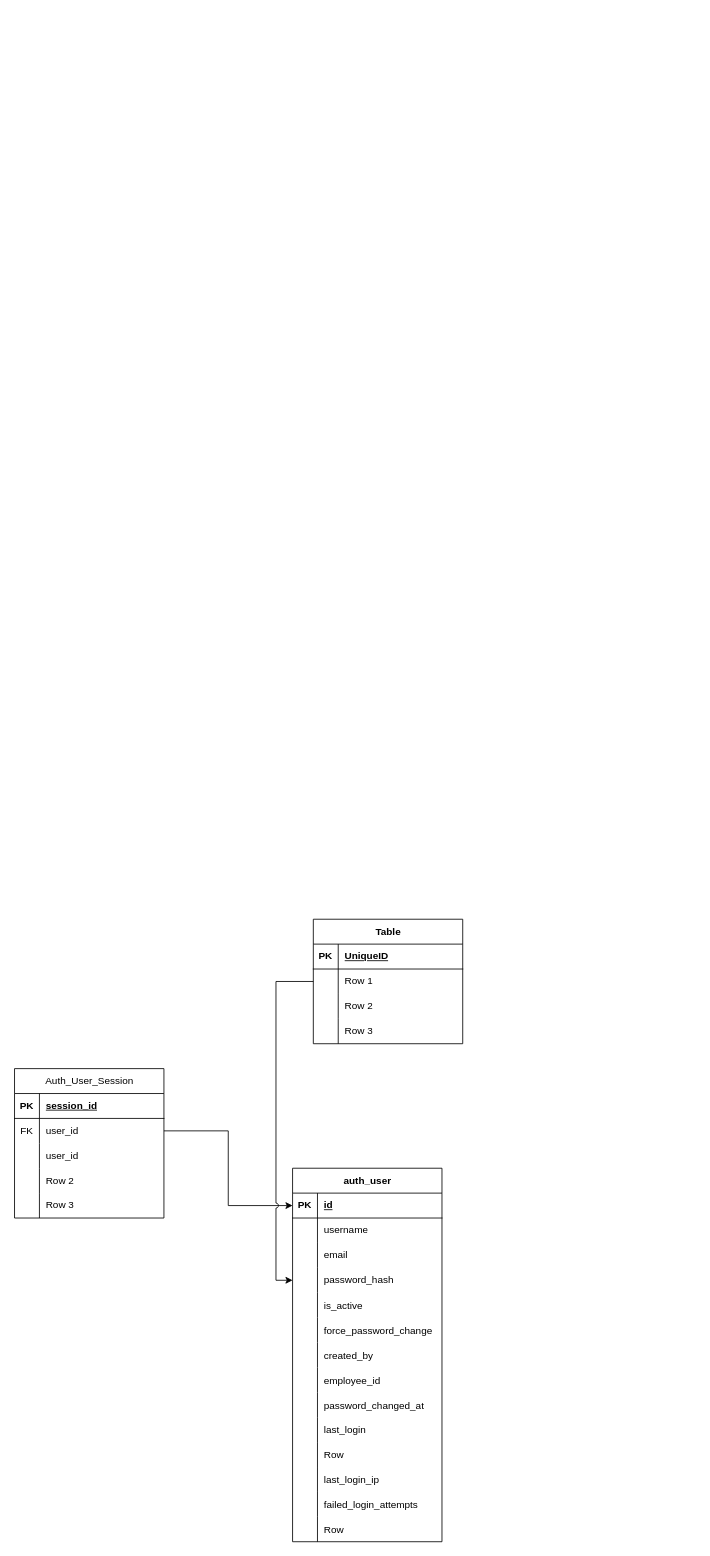
Before: hrms.drawio in Shreya-Kosabe-07/hrms_flows2, a draw.io diagram. Source tidied: cells renumbered, new cells numbered last; positions are measured from the earlier drawing's top-left corner, leaving out a move shared by most shapes. Both pictures are drawn from the tidied source at 83%, with x=0, y=0 at pixel (14, 919).
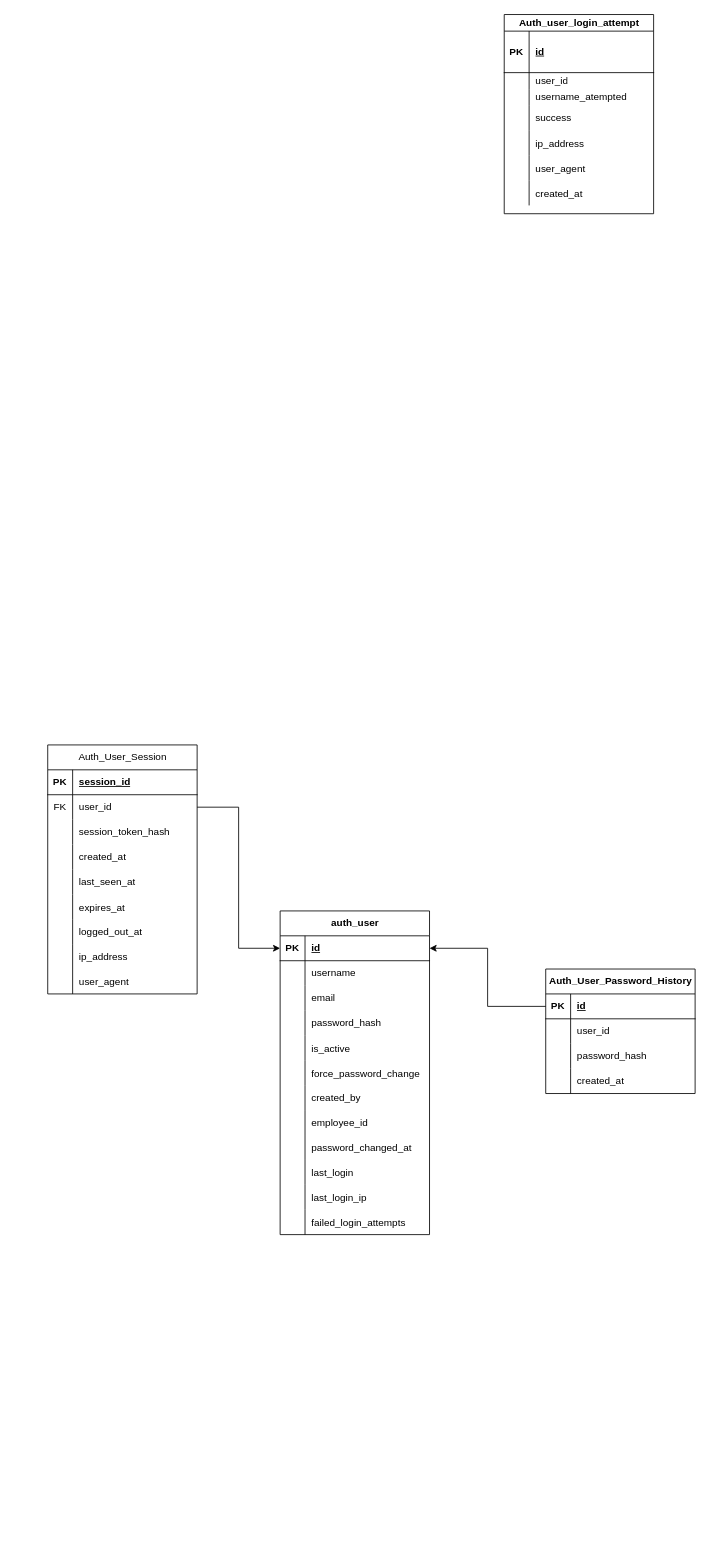
The same diagram, later.

Unchanged cells that the change refers to:
```xml
<mxCell id="3" style="shape=tableRow;horizontal=0;startSize=0;swimlaneHead=0;swimlaneBody=0;fillColor=none;points=[[0,0.5],[1,0.5]];portConstraint=eastwest;top=0;left=0;right=0;bottom=1;" parent="2" vertex="1">
  <mxGeometry y="30" width="180" height="30" as="geometry" />
</mxCell>
<mxCell id="12" style="shape=tableRow;horizontal=0;startSize=0;swimlaneHead=0;swimlaneBody=0;fillColor=none;points=[[0,0.5],[1,0.5]];portConstraint=eastwest;top=0;left=0;right=0;bottom=0;" parent="2" vertex="1">
  <mxGeometry y="120" width="180" height="30" as="geometry" />
</mxCell>
<mxCell id="49" style="shape=tableRow;horizontal=0;startSize=0;swimlaneHead=0;swimlaneBody=0;fillColor=none;points=[[0,0.5],[1,0.5]];portConstraint=eastwest;top=0;left=0;right=0;bottom=0;" parent="45" vertex="1">
  <mxGeometry y="60" width="180" height="30" as="geometry" />
</mxCell>
<mxCell id="52" style="shape=tableRow;horizontal=0;startSize=0;swimlaneHead=0;swimlaneBody=0;fillColor=none;top=0;left=0;right=0;bottom=0;" parent="45" vertex="1">
  <mxGeometry y="90" width="180" height="30" as="geometry" />
</mxCell>
<mxCell id="55" style="shape=tableRow;horizontal=0;startSize=0;swimlaneHead=0;swimlaneBody=0;fillColor=none;top=0;left=0;right=0;bottom=0;" parent="45" vertex="1">
  <mxGeometry y="120" width="180" height="30" as="geometry" />
</mxCell>
<mxCell id="58" style="shape=tableRow;horizontal=0;startSize=0;swimlaneHead=0;swimlaneBody=0;fillColor=none;top=0;left=0;right=0;bottom=0;" parent="45" vertex="1">
  <mxGeometry y="150" width="180" height="30" as="geometry" />
</mxCell>
```

Change to the diagram source:
```diff
@@
     <mxCell id="2" value="auth_user" style="shape=table;startSize=30;childLayout=tableLayout;rowLines=0;fontStyle=1;align=center;html=1;" parent="1" vertex="1">
-      <mxGeometry x="335" y="300" width="180" height="450" as="geometry" />
+      <mxGeometry x="320" y="-10" width="180" height="390" as="geometry" />
     </mxCell>
@@
-    <mxCell id="33" style="shape=tableRow;horizontal=0;startSize=0;swimlaneHead=0;swimlaneBody=0;fillColor=none;top=0;left=0;right=0;bottom=0;" parent="2" vertex="1">
-      <mxGeometry y="330" width="180" height="30" as="geometry" />
-    </mxCell>
-    <mxCell id="34" style="shape=partialRectangle;fillColor=none;top=0;left=0;bottom=0;right=0;overflow=hidden;" parent="33" vertex="1">
-      <mxGeometry width="30" height="30" as="geometry" />
-    </mxCell>
-    <mxCell id="35" value="Row" style="shape=partialRectangle;fillColor=none;top=0;left=0;bottom=0;right=0;align=left;spacingLeft=6;overflow=hidden;" parent="33" vertex="1">
-      <mxGeometry x="30" width="150" height="30" as="geometry" />
-    </mxCell>
     <mxCell id="36" style="shape=tableRow;horizontal=0;startSize=0;swimlaneHead=0;swimlaneBody=0;fillColor=none;top=0;left=0;right=0;bottom=0;" parent="2" vertex="1">
-      <mxGeometry y="360" width="180" height="30" as="geometry" />
+      <mxGeometry y="330" width="180" height="30" as="geometry" />
     </mxCell>
@@
     <mxCell id="39" style="shape=tableRow;horizontal=0;startSize=0;swimlaneHead=0;swimlaneBody=0;fillColor=none;top=0;left=0;right=0;bottom=0;" parent="2" vertex="1">
-      <mxGeometry y="390" width="180" height="30" as="geometry" />
+      <mxGeometry y="360" width="180" height="30" as="geometry" />
     </mxCell>
@@
-    <mxCell id="42" style="shape=tableRow;horizontal=0;startSize=0;swimlaneHead=0;swimlaneBody=0;fillColor=none;top=0;left=0;right=0;bottom=0;" parent="2" vertex="1">
-      <mxGeometry y="420" width="180" height="30" as="geometry" />
-    </mxCell>
-    <mxCell id="43" style="shape=partialRectangle;fillColor=none;top=0;left=0;bottom=0;right=0;overflow=hidden;" parent="42" vertex="1">
-      <mxGeometry width="30" height="30" as="geometry" />
-    </mxCell>
-    <mxCell id="44" value="Row" style="shape=partialRectangle;fillColor=none;top=0;left=0;bottom=0;right=0;align=left;spacingLeft=6;overflow=hidden;" parent="42" vertex="1">
-      <mxGeometry x="30" width="150" height="30" as="geometry" />
-    </mxCell>
     <mxCell id="45" value="&lt;span style=&quot;font-weight: 400; text-wrap-mode: wrap;&quot;&gt;Auth_User_Session&lt;/span&gt;" style="shape=table;startSize=30;childLayout=tableLayout;rowLines=0;fontStyle=1;align=center;html=1;" parent="1" vertex="1">
-      <mxGeometry y="180" width="180" height="180" as="geometry" />
+      <mxGeometry x="40" y="-210" width="180" height="300" as="geometry" />
     </mxCell>
@@
-    <mxCell id="54" value="user_id" style="shape=partialRectangle;fillColor=none;top=0;left=0;bottom=0;right=0;align=left;spacingLeft=6;overflow=hidden;whiteSpace=wrap;html=1;" parent="52" vertex="1">
+    <mxCell id="54" value="session_token_hash" style="shape=partialRectangle;fillColor=none;top=0;left=0;bottom=0;right=0;align=left;spacingLeft=6;overflow=hidden;whiteSpace=wrap;html=1;" parent="52" vertex="1">
       <mxGeometry x="30" width="150" height="30" as="geometry" />
     </mxCell>
@@
-    <mxCell id="57" value="Row 2" style="shape=partialRectangle;fillColor=none;top=0;left=0;bottom=0;right=0;align=left;spacingLeft=6;overflow=hidden;whiteSpace=wrap;html=1;" parent="55" vertex="1">
+    <mxCell id="57" value="created_at" style="shape=partialRectangle;fillColor=none;top=0;left=0;bottom=0;right=0;align=left;spacingLeft=6;overflow=hidden;whiteSpace=wrap;html=1;" parent="55" vertex="1">
       <mxGeometry x="30" width="150" height="30" as="geometry" />
     </mxCell>
@@
-    <mxCell id="60" value="Row 3" style="shape=partialRectangle;fillColor=none;top=0;left=0;bottom=0;right=0;align=left;spacingLeft=6;overflow=hidden;whiteSpace=wrap;html=1;" parent="58" vertex="1">
+    <mxCell id="60" value="last_seen_at" style="shape=partialRectangle;fillColor=none;top=0;left=0;bottom=0;right=0;align=left;spacingLeft=6;overflow=hidden;whiteSpace=wrap;html=1;" parent="58" vertex="1">
       <mxGeometry x="30" width="150" height="30" as="geometry" />
     </mxCell>
-    <mxCell id="61" style="edgeStyle=orthogonalEdgeStyle;rounded=0;jettySize=auto;html=1;entryX=0;entryY=0.5;entryDx=0;entryDy=0;" parent="1" edge="1" source="49" target="3">
-      <mxGeometry relative="1" as="geometry" />
-    </mxCell>
-    <mxCell id="62" style="edgeStyle=orthogonalEdgeStyle;rounded=0;jettySize=auto;html=1;entryX=0;entryY=0.5;entryDx=0;entryDy=0;jumpStyle=arc;" parent="1" edge="1" source="63" target="12">
-      <mxGeometry relative="1" as="geometry">
-        <Array as="points">
-          <mxPoint x="315" y="75" />
-          <mxPoint x="315" y="435" />
-        </Array>
-      </mxGeometry>
-    </mxCell>
+    <mxCell id="76" style="shape=tableRow;horizontal=0;startSize=0;swimlaneHead=0;swimlaneBody=0;fillColor=none;top=0;left=0;right=0;bottom=0;" parent="45" vertex="1">
+      <mxGeometry y="180" width="180" height="30" as="geometry" />
+    </mxCell>
+    <mxCell id="77" style="shape=partialRectangle;fillColor=none;top=0;left=0;bottom=0;right=0;overflow=hidden;" parent="76" vertex="1">
+      <mxGeometry width="30" height="30" as="geometry" />
+    </mxCell>
+    <mxCell id="78" value="expires_at" style="shape=partialRectangle;fillColor=none;top=0;left=0;bottom=0;right=0;align=left;spacingLeft=6;overflow=hidden;" parent="76" vertex="1">
+      <mxGeometry x="30" width="150" height="30" as="geometry" />
+    </mxCell>
+    <mxCell id="79" style="shape=tableRow;horizontal=0;startSize=0;swimlaneHead=0;swimlaneBody=0;fillColor=none;top=0;left=0;right=0;bottom=0;" parent="45" vertex="1">
+      <mxGeometry y="210" width="180" height="30" as="geometry" />
+    </mxCell>
+    <mxCell id="80" style="shape=partialRectangle;fillColor=none;top=0;left=0;bottom=0;right=0;overflow=hidden;" parent="79" vertex="1">
+      <mxGeometry width="30" height="30" as="geometry" />
+    </mxCell>
+    <mxCell id="81" value="logged_out_at" style="shape=partialRectangle;fillColor=none;top=0;left=0;bottom=0;right=0;align=left;spacingLeft=6;overflow=hidden;" parent="79" vertex="1">
+      <mxGeometry x="30" width="150" height="30" as="geometry" />
+    </mxCell>
+    <mxCell id="82" style="shape=tableRow;horizontal=0;startSize=0;swimlaneHead=0;swimlaneBody=0;fillColor=none;top=0;left=0;right=0;bottom=0;" parent="45" vertex="1">
+      <mxGeometry y="240" width="180" height="30" as="geometry" />
+    </mxCell>
+    <mxCell id="83" style="shape=partialRectangle;fillColor=none;top=0;left=0;bottom=0;right=0;overflow=hidden;" parent="82" vertex="1">
+      <mxGeometry width="30" height="30" as="geometry" />
+    </mxCell>
+    <mxCell id="84" value="ip_address" style="shape=partialRectangle;fillColor=none;top=0;left=0;bottom=0;right=0;align=left;spacingLeft=6;overflow=hidden;" parent="82" vertex="1">
+      <mxGeometry x="30" width="150" height="30" as="geometry" />
+    </mxCell>
+    <mxCell id="85" style="shape=tableRow;horizontal=0;startSize=0;swimlaneHead=0;swimlaneBody=0;fillColor=none;top=0;left=0;right=0;bottom=0;" parent="45" vertex="1">
+      <mxGeometry y="270" width="180" height="30" as="geometry" />
+    </mxCell>
+    <mxCell id="86" style="shape=partialRectangle;fillColor=none;top=0;left=0;bottom=0;right=0;overflow=hidden;" parent="85" vertex="1">
+      <mxGeometry width="30" height="30" as="geometry" />
+    </mxCell>
+    <mxCell id="87" value="user_agent" style="shape=partialRectangle;fillColor=none;top=0;left=0;bottom=0;right=0;align=left;spacingLeft=6;overflow=hidden;" parent="85" vertex="1">
+      <mxGeometry x="30" width="150" height="30" as="geometry" />
+    </mxCell>
-    <mxCell id="63" value="Table" style="shape=table;startSize=30;childLayout=tableLayout;rowLines=0;fontStyle=1;align=center;html=1;" parent="1" vertex="1">
-      <mxGeometry x="360" width="180" height="150" as="geometry" />
+    <mxCell id="63" value="Auth_user_login_attempt" style="shape=table;startSize=20;childLayout=tableLayout;rowLines=0;fontStyle=1;align=center;html=1;" parent="1" vertex="1">
+      <mxGeometry x="590" y="-1090" width="180" height="240" as="geometry" />
     </mxCell>
     <mxCell id="64" style="shape=tableRow;horizontal=0;startSize=0;swimlaneHead=0;swimlaneBody=0;fillColor=none;top=0;left=0;right=0;bottom=1;" parent="63" vertex="1">
-      <mxGeometry y="30" width="180" height="30" as="geometry" />
+      <mxGeometry y="20" width="180" height="50" as="geometry" />
     </mxCell>
     <mxCell id="65" value="PK" style="shape=partialRectangle;fillColor=none;top=0;left=0;bottom=0;right=0;fontStyle=1;overflow=hidden;whiteSpace=wrap;html=1;" parent="64" vertex="1">
-      <mxGeometry width="30" height="30" as="geometry" />
+      <mxGeometry width="30" height="50" as="geometry" />
     </mxCell>
-    <mxCell id="66" value="UniqueID" style="shape=partialRectangle;fillColor=none;top=0;left=0;bottom=0;right=0;align=left;spacingLeft=6;fontStyle=5;overflow=hidden;whiteSpace=wrap;html=1;" parent="64" vertex="1">
-      <mxGeometry x="30" width="150" height="30" as="geometry" />
+    <mxCell id="66" value="id" style="shape=partialRectangle;fillColor=none;top=0;left=0;bottom=0;right=0;align=left;spacingLeft=6;fontStyle=5;overflow=hidden;whiteSpace=wrap;html=1;" parent="64" vertex="1">
+      <mxGeometry x="30" width="150" height="50" as="geometry" />
     </mxCell>
     <mxCell id="67" style="shape=tableRow;horizontal=0;startSize=0;swimlaneHead=0;swimlaneBody=0;fillColor=none;top=0;left=0;right=0;bottom=0;" parent="63" vertex="1">
-      <mxGeometry y="60" width="180" height="30" as="geometry" />
+      <mxGeometry y="70" width="180" height="20" as="geometry" />
     </mxCell>
     <mxCell id="68" style="shape=partialRectangle;fillColor=none;top=0;left=0;bottom=0;right=0;overflow=hidden;whiteSpace=wrap;html=1;" parent="67" vertex="1">
-      <mxGeometry width="30" height="30" as="geometry" />
+      <mxGeometry width="30" height="20" as="geometry" />
     </mxCell>
-    <mxCell id="69" value="Row 1" style="shape=partialRectangle;fillColor=none;top=0;left=0;bottom=0;right=0;align=left;spacingLeft=6;overflow=hidden;whiteSpace=wrap;html=1;" parent="67" vertex="1">
-      <mxGeometry x="30" width="150" height="30" as="geometry" />
+    <mxCell id="69" value="user_id" style="shape=partialRectangle;fillColor=none;top=0;left=0;bottom=0;right=0;align=left;spacingLeft=6;overflow=hidden;whiteSpace=wrap;html=1;" parent="67" vertex="1">
+      <mxGeometry x="30" width="150" height="20" as="geometry" />
     </mxCell>
     <mxCell id="70" style="shape=tableRow;horizontal=0;startSize=0;swimlaneHead=0;swimlaneBody=0;fillColor=none;top=0;left=0;right=0;bottom=0;" parent="63" vertex="1">
-      <mxGeometry y="90" width="180" height="30" as="geometry" />
+      <mxGeometry y="90" width="180" height="20" as="geometry" />
     </mxCell>
     <mxCell id="71" style="shape=partialRectangle;fillColor=none;top=0;left=0;bottom=0;right=0;overflow=hidden;whiteSpace=wrap;html=1;" parent="70" vertex="1">
-      <mxGeometry width="30" height="30" as="geometry" />
+      <mxGeometry width="30" height="20" as="geometry" />
     </mxCell>
-    <mxCell id="72" value="Row 2" style="shape=partialRectangle;fillColor=none;top=0;left=0;bottom=0;right=0;align=left;spacingLeft=6;overflow=hidden;whiteSpace=wrap;html=1;" parent="70" vertex="1">
-      <mxGeometry x="30" width="150" height="30" as="geometry" />
+    <mxCell id="72" value="username_atempted" style="shape=partialRectangle;fillColor=none;top=0;left=0;bottom=0;right=0;align=left;spacingLeft=6;overflow=hidden;whiteSpace=wrap;html=1;" parent="70" vertex="1">
+      <mxGeometry x="30" width="150" height="20" as="geometry" />
     </mxCell>
     <mxCell id="73" style="shape=tableRow;horizontal=0;startSize=0;swimlaneHead=0;swimlaneBody=0;fillColor=none;top=0;left=0;right=0;bottom=0;" parent="63" vertex="1">
-      <mxGeometry y="120" width="180" height="30" as="geometry" />
+      <mxGeometry y="110" width="180" height="30" as="geometry" />
     </mxCell>
@@
-    <mxCell id="75" value="Row 3" style="shape=partialRectangle;fillColor=none;top=0;left=0;bottom=0;right=0;align=left;spacingLeft=6;overflow=hidden;whiteSpace=wrap;html=1;" parent="73" vertex="1">
+    <mxCell id="75" value="success" style="shape=partialRectangle;fillColor=none;top=0;left=0;bottom=0;right=0;align=left;spacingLeft=6;overflow=hidden;whiteSpace=wrap;html=1;" parent="73" vertex="1">
       <mxGeometry x="30" width="150" height="30" as="geometry" />
     </mxCell>
+    <mxCell id="88" style="shape=tableRow;horizontal=0;startSize=0;swimlaneHead=0;swimlaneBody=0;fillColor=none;top=0;left=0;right=0;bottom=0;" parent="63" vertex="1">
+      <mxGeometry y="140" width="180" height="30" as="geometry" />
+    </mxCell>
+    <mxCell id="89" style="shape=partialRectangle;fillColor=none;top=0;left=0;bottom=0;right=0;overflow=hidden;" parent="88" vertex="1">
+      <mxGeometry width="30" height="30" as="geometry" />
+    </mxCell>
+    <mxCell id="90" value="ip_address" style="shape=partialRectangle;fillColor=none;top=0;left=0;bottom=0;right=0;align=left;spacingLeft=6;overflow=hidden;" parent="88" vertex="1">
+      <mxGeometry x="30" width="150" height="30" as="geometry" />
+    </mxCell>
+    <mxCell id="91" style="shape=tableRow;horizontal=0;startSize=0;swimlaneHead=0;swimlaneBody=0;fillColor=none;top=0;left=0;right=0;bottom=0;" parent="63" vertex="1">
+      <mxGeometry y="170" width="180" height="30" as="geometry" />
+    </mxCell>
+    <mxCell id="92" style="shape=partialRectangle;fillColor=none;top=0;left=0;bottom=0;right=0;overflow=hidden;" parent="91" vertex="1">
+      <mxGeometry width="30" height="30" as="geometry" />
+    </mxCell>
+    <mxCell id="93" value="user_agent" style="shape=partialRectangle;fillColor=none;top=0;left=0;bottom=0;right=0;align=left;spacingLeft=6;overflow=hidden;" parent="91" vertex="1">
+      <mxGeometry x="30" width="150" height="30" as="geometry" />
+    </mxCell>
+    <mxCell id="94" style="shape=tableRow;horizontal=0;startSize=0;swimlaneHead=0;swimlaneBody=0;fillColor=none;top=0;left=0;right=0;bottom=0;" parent="63" vertex="1">
+      <mxGeometry y="200" width="180" height="30" as="geometry" />
+    </mxCell>
+    <mxCell id="95" style="shape=partialRectangle;fillColor=none;top=0;left=0;bottom=0;right=0;overflow=hidden;" parent="94" vertex="1">
+      <mxGeometry width="30" height="30" as="geometry" />
+    </mxCell>
+    <mxCell id="96" value="created_at" style="shape=partialRectangle;fillColor=none;top=0;left=0;bottom=0;right=0;align=left;spacingLeft=6;overflow=hidden;" parent="94" vertex="1">
+      <mxGeometry x="30" width="150" height="30" as="geometry" />
+    </mxCell>
+    <mxCell id="97" value="Auth_User_Password_History" style="shape=table;startSize=30;childLayout=tableLayout;rowLines=0;fontStyle=1;align=center;html=1;" parent="1" vertex="1">
+      <mxGeometry x="640" y="60" width="180" height="150" as="geometry" />
+    </mxCell>
+    <mxCell id="98" style="shape=tableRow;horizontal=0;startSize=0;swimlaneHead=0;swimlaneBody=0;fillColor=none;points=[[0,0.5],[1,0.5]];portConstraint=eastwest;top=0;left=0;right=0;bottom=1;" parent="97" vertex="1">
+      <mxGeometry y="30" width="180" height="30" as="geometry" />
+    </mxCell>
+    <mxCell id="99" value="PK" style="shape=partialRectangle;fillColor=none;top=0;left=0;bottom=0;right=0;fontStyle=1;overflow=hidden;whiteSpace=wrap;html=1;" parent="98" vertex="1">
+      <mxGeometry width="30" height="30" as="geometry" />
+    </mxCell>
+    <mxCell id="100" value="id" style="shape=partialRectangle;fillColor=none;top=0;left=0;bottom=0;right=0;align=left;spacingLeft=6;fontStyle=5;overflow=hidden;whiteSpace=wrap;html=1;" parent="98" vertex="1">
+      <mxGeometry x="30" width="150" height="30" as="geometry" />
+    </mxCell>
+    <mxCell id="101" style="shape=tableRow;horizontal=0;startSize=0;swimlaneHead=0;swimlaneBody=0;fillColor=none;top=0;left=0;right=0;bottom=0;" parent="97" vertex="1">
+      <mxGeometry y="60" width="180" height="30" as="geometry" />
+    </mxCell>
+    <mxCell id="102" style="shape=partialRectangle;fillColor=none;top=0;left=0;bottom=0;right=0;overflow=hidden;whiteSpace=wrap;html=1;" parent="101" vertex="1">
+      <mxGeometry width="30" height="30" as="geometry" />
+    </mxCell>
+    <mxCell id="103" value="user_id" style="shape=partialRectangle;fillColor=none;top=0;left=0;bottom=0;right=0;align=left;spacingLeft=6;overflow=hidden;whiteSpace=wrap;html=1;" parent="101" vertex="1">
+      <mxGeometry x="30" width="150" height="30" as="geometry" />
+    </mxCell>
+    <mxCell id="104" style="shape=tableRow;horizontal=0;startSize=0;swimlaneHead=0;swimlaneBody=0;fillColor=none;top=0;left=0;right=0;bottom=0;" parent="97" vertex="1">
+      <mxGeometry y="90" width="180" height="30" as="geometry" />
+    </mxCell>
+    <mxCell id="105" style="shape=partialRectangle;fillColor=none;top=0;left=0;bottom=0;right=0;overflow=hidden;whiteSpace=wrap;html=1;" parent="104" vertex="1">
+      <mxGeometry width="30" height="30" as="geometry" />
+    </mxCell>
+    <mxCell id="106" value="password_hash" style="shape=partialRectangle;fillColor=none;top=0;left=0;bottom=0;right=0;align=left;spacingLeft=6;overflow=hidden;whiteSpace=wrap;html=1;" parent="104" vertex="1">
+      <mxGeometry x="30" width="150" height="30" as="geometry" />
+    </mxCell>
+    <mxCell id="107" style="shape=tableRow;horizontal=0;startSize=0;swimlaneHead=0;swimlaneBody=0;fillColor=none;top=0;left=0;right=0;bottom=0;" parent="97" vertex="1">
+      <mxGeometry y="120" width="180" height="30" as="geometry" />
+    </mxCell>
+    <mxCell id="108" style="shape=partialRectangle;fillColor=none;top=0;left=0;bottom=0;right=0;overflow=hidden;whiteSpace=wrap;html=1;" parent="107" vertex="1">
+      <mxGeometry width="30" height="30" as="geometry" />
+    </mxCell>
+    <mxCell id="109" value="created_at" style="shape=partialRectangle;fillColor=none;top=0;left=0;bottom=0;right=0;align=left;spacingLeft=6;overflow=hidden;whiteSpace=wrap;html=1;" parent="107" vertex="1">
+      <mxGeometry x="30" width="150" height="30" as="geometry" />
+    </mxCell>
+    <mxCell id="61" style="edgeStyle=orthogonalEdgeStyle;rounded=0;jettySize=auto;html=1;entryX=0;entryY=0.5;entryDx=0;entryDy=0;" parent="1" edge="1" source="49" target="3">
+      <mxGeometry relative="1" as="geometry" />
+    </mxCell>
+    <mxCell id="110" style="edgeStyle=orthogonalEdgeStyle;rounded=0;jettySize=auto;html=1;exitX=0;exitY=0.5;exitDx=0;exitDy=0;entryX=1;entryY=0.5;entryDx=0;entryDy=0;" parent="1" edge="1" source="98" target="3">
+      <mxGeometry relative="1" as="geometry" />
+    </mxCell>
```
